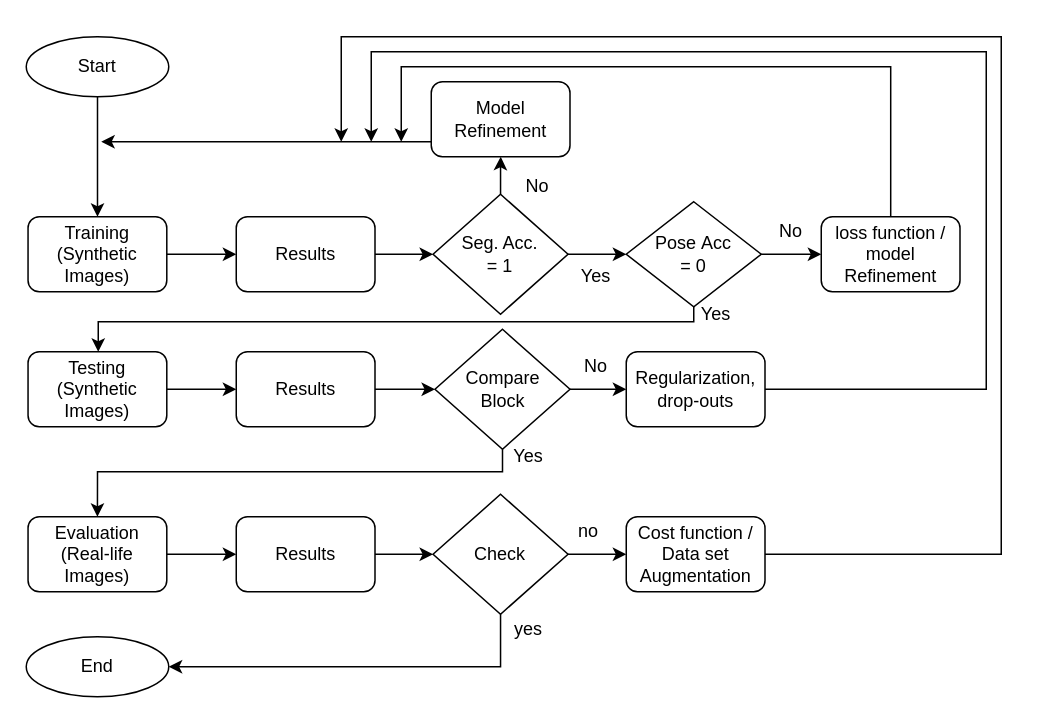
Before: Flow_chart_Approach.drawio in aapowadi/CNN_Research, a draw.io diagram. Source tidied: cells renumbered, new cells numbered last; positions are measured from the earlier drawing's top-left corner, leaving out a move shared by most shapes. Both pictures are drawn from the tidied source at 150%, with x=0, y=0 at pixel (26, 36).
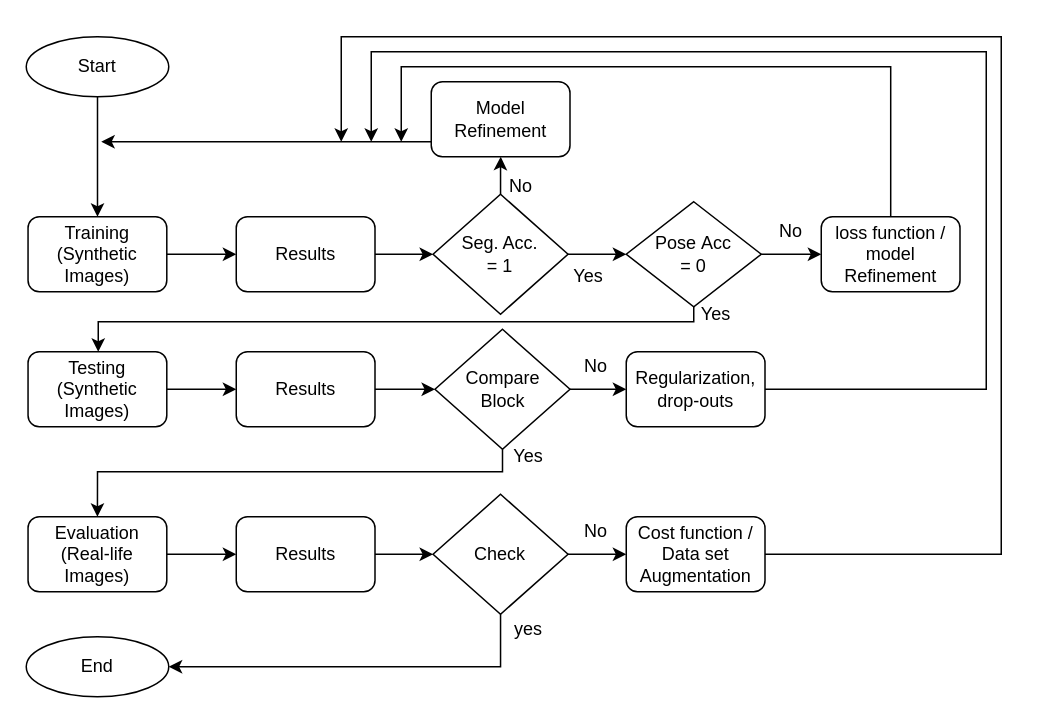
The same page after the edit.

What changed in the source:
```diff
@@
     <mxCell id="23" value="No" style="text;html=1;strokeColor=none;fillColor=none;align=center;verticalAlign=middle;whiteSpace=wrap;rounded=0;" parent="1" vertex="1">
-      <mxGeometry x="321.2" y="90" width="40" height="20" as="geometry" />
+      <mxGeometry x="310" y="90" width="40" height="20" as="geometry" />
     </mxCell>
     <mxCell id="24" value="Yes" style="text;html=1;strokeColor=none;fillColor=none;align=center;verticalAlign=middle;whiteSpace=wrap;rounded=0;" parent="1" vertex="1">
-      <mxGeometry x="360" y="150" width="40" height="20" as="geometry" />
+      <mxGeometry x="355" y="150" width="40" height="20" as="geometry" />
     </mxCell>
@@
-    <mxCell id="39" value="no" style="text;html=1;strokeColor=none;fillColor=none;align=center;verticalAlign=middle;whiteSpace=wrap;rounded=0;" parent="1" vertex="1">
-      <mxGeometry x="355" y="320" width="40" height="20" as="geometry" />
+    <mxCell id="39" value="No" style="text;html=1;strokeColor=none;fillColor=none;align=center;verticalAlign=middle;whiteSpace=wrap;rounded=0;" parent="1" vertex="1">
+      <mxGeometry x="360" y="320" width="40" height="20" as="geometry" />
     </mxCell>
```
